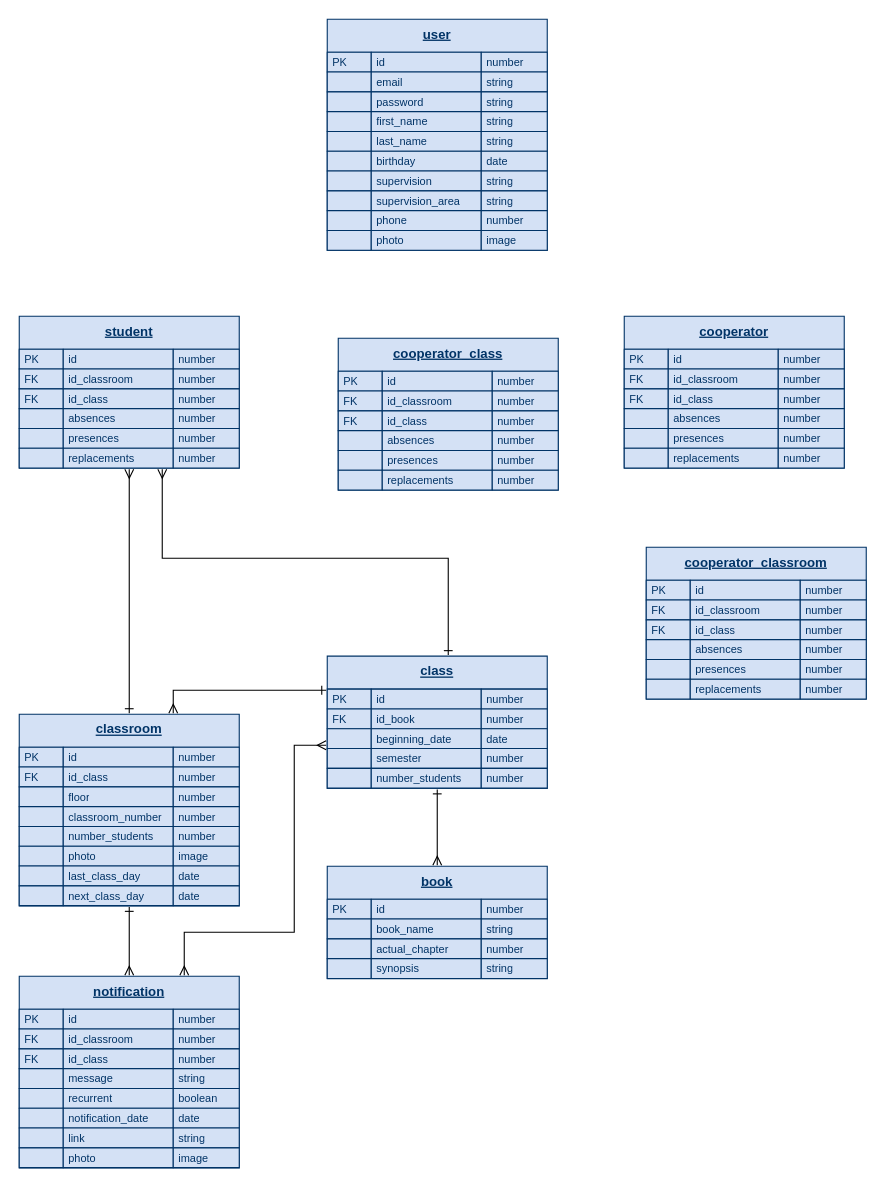
Earlier version of the draw.io diagram ser_db.drawio (FreeSoulsDotBat/SER). Source tidied: cells renumbered, new cells numbered last; positions are measured from the earlier drawing's top-left corner, leaving out a move shared by most shapes. Both pictures are drawn from the tidied source at 110%, with x=0, y=0 at pixel (19, 19).
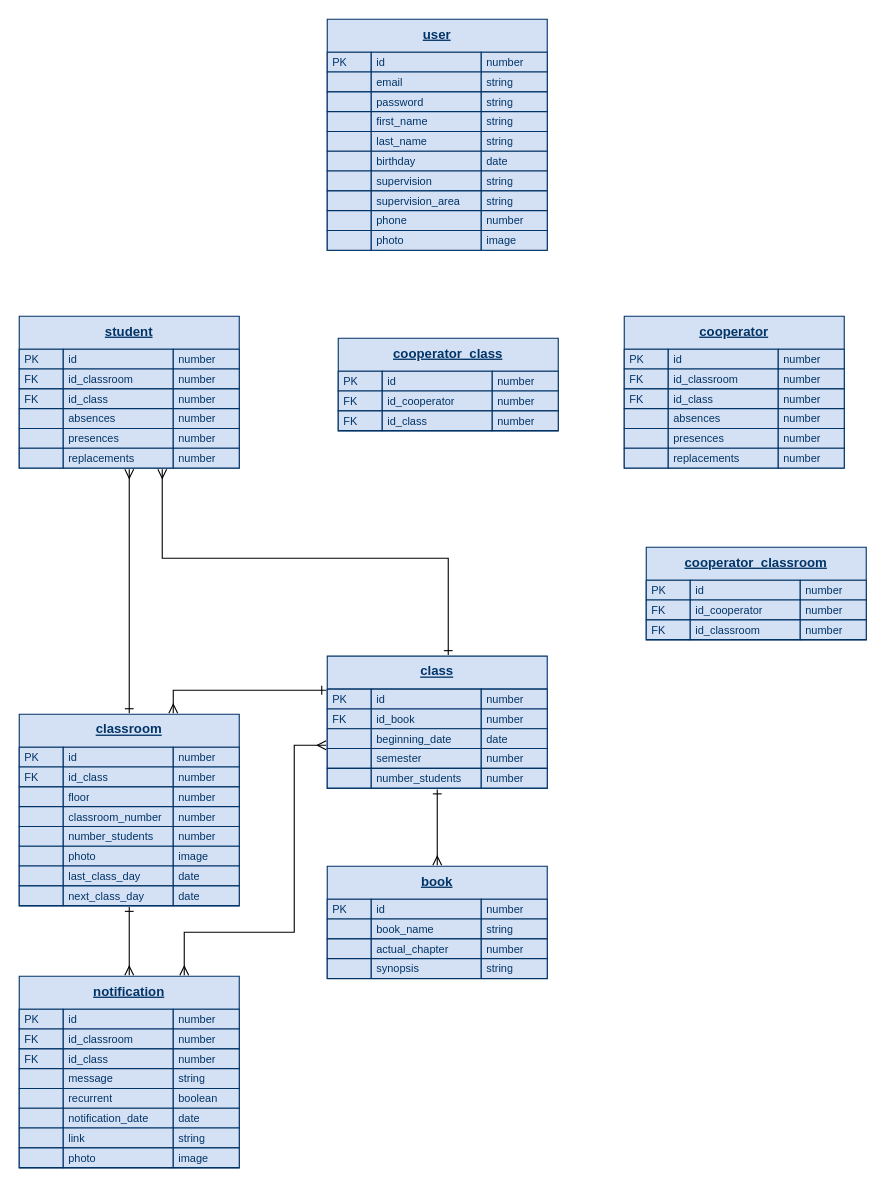
After the change.

The change refers to these unchanged cells:
```xml
<mxCell id="208" style="shape=tableRow;horizontal=0;startSize=0;swimlaneHead=0;swimlaneBody=0;top=0;left=0;bottom=0;right=0;fillColor=none;" parent="203" vertex="1">
  <mxGeometry y="48" width="200" height="18" as="geometry" />
</mxCell>
<mxCell id="212" style="shape=tableRow;horizontal=0;startSize=0;swimlaneHead=0;swimlaneBody=0;top=0;left=0;bottom=0;right=0;fillColor=none;" parent="203" vertex="1">
  <mxGeometry y="66" width="200" height="18" as="geometry" />
</mxCell>
<mxCell id="233" style="shape=tableRow;horizontal=0;startSize=0;swimlaneHead=0;swimlaneBody=0;top=0;left=0;bottom=0;right=0;fillColor=none;" parent="228" vertex="1">
  <mxGeometry y="48" width="200" height="18" as="geometry" />
</mxCell>
```

Change to the diagram source:
```diff
@@
     <mxCell id="203" value="cooperator_classroom" style="shape=table;startSize=30;childLayout=tableLayout;fontStyle=5;align=center;fillColor=#D4E1F5;strokeColor=#003366;fontColor=#003366;verticalAlign=top;swimlaneLine=1;sketch=0;perimeterSpacing=1;" parent="1" vertex="1">
-      <mxGeometry x="570" y="480" width="200" height="138.2" as="geometry" />
+      <mxGeometry x="570" y="480" width="200" height="84.2" as="geometry" />
     </mxCell>
@@
-    <mxCell id="210" value="id_classroom" style="shape=partialRectangle;html=1;whiteSpace=wrap;fillColor=#D4E1F5;top=1;left=1;bottom=1;right=1;overflow=hidden;strokeColor=#003366;strokeWidth=1;align=left;fontColor=#003366;spacingLeft=5;fontSize=10;spacing=0;" parent="208" vertex="1">
+    <mxCell id="210" value="id_cooperator" style="shape=partialRectangle;html=1;whiteSpace=wrap;fillColor=#D4E1F5;top=1;left=1;bottom=1;right=1;overflow=hidden;strokeColor=#003366;strokeWidth=1;align=left;fontColor=#003366;spacingLeft=5;fontSize=10;spacing=0;" parent="208" vertex="1">
       <mxGeometry x="40" width="100" height="18" as="geometry" />
     </mxCell>
@@
-    <mxCell id="214" value="id_class" style="shape=partialRectangle;html=1;whiteSpace=wrap;fillColor=#D4E1F5;top=1;left=1;bottom=1;right=1;overflow=hidden;strokeColor=#003366;strokeWidth=1;align=left;fontColor=#003366;spacingLeft=5;fontSize=10;spacing=0;" parent="212" vertex="1">
+    <mxCell id="214" value="id_classroom" style="shape=partialRectangle;html=1;whiteSpace=wrap;fillColor=#D4E1F5;top=1;left=1;bottom=1;right=1;overflow=hidden;strokeColor=#003366;strokeWidth=1;align=left;fontColor=#003366;spacingLeft=5;fontSize=10;spacing=0;" parent="212" vertex="1">
       <mxGeometry x="40" width="100" height="18" as="geometry" />
     </mxCell>
@@
-    <mxCell id="216" style="shape=tableRow;horizontal=0;startSize=0;swimlaneHead=0;swimlaneBody=0;top=0;left=0;bottom=0;right=0;fillColor=none;" parent="203" vertex="1">
-      <mxGeometry y="84" width="200" height="18" as="geometry" />
-    </mxCell>
-    <mxCell id="217" style="shape=partialRectangle;html=1;whiteSpace=wrap;fillColor=#D4E1F5;top=1;left=1;bottom=1;right=1;overflow=hidden;strokeColor=#003366;strokeWidth=1;align=left;fontColor=#003366;spacingLeft=5;fontSize=10;spacing=0;" parent="216" vertex="1">
-      <mxGeometry width="40" height="18" as="geometry" />
-    </mxCell>
-    <mxCell id="218" value="absences" style="shape=partialRectangle;html=1;whiteSpace=wrap;fillColor=#D4E1F5;top=1;left=1;bottom=1;right=1;overflow=hidden;strokeColor=#003366;strokeWidth=1;align=left;fontColor=#003366;spacingLeft=5;fontSize=10;spacing=0;" parent="216" vertex="1">
-      <mxGeometry x="40" width="100" height="18" as="geometry" />
-    </mxCell>
-    <mxCell id="219" value="number" style="shape=partialRectangle;html=1;whiteSpace=wrap;fillColor=#D4E1F5;top=1;left=1;bottom=1;right=1;overflow=hidden;strokeColor=#003366;strokeWidth=1;align=left;fontColor=#003366;spacingLeft=5;fontSize=10;spacing=0;" parent="216" vertex="1">
-      <mxGeometry x="140" width="60" height="18" as="geometry" />
-    </mxCell>
-    <mxCell id="220" style="shape=tableRow;horizontal=0;startSize=0;swimlaneHead=0;swimlaneBody=0;top=0;left=0;bottom=0;right=0;fillColor=none;" parent="203" vertex="1">
-      <mxGeometry y="102" width="200" height="18" as="geometry" />
-    </mxCell>
-    <mxCell id="221" style="shape=partialRectangle;html=1;whiteSpace=wrap;fillColor=#D4E1F5;top=1;left=1;bottom=1;right=1;overflow=hidden;strokeColor=#003366;strokeWidth=1;align=left;fontColor=#003366;spacingLeft=5;fontSize=10;spacing=0;" parent="220" vertex="1">
-      <mxGeometry width="40" height="18" as="geometry" />
-    </mxCell>
-    <mxCell id="222" value="presences" style="shape=partialRectangle;html=1;whiteSpace=wrap;fillColor=#D4E1F5;top=1;left=1;bottom=1;right=1;overflow=hidden;strokeColor=#003366;strokeWidth=1;align=left;fontColor=#003366;spacingLeft=5;fontSize=10;spacing=0;" parent="220" vertex="1">
-      <mxGeometry x="40" width="100" height="18" as="geometry" />
-    </mxCell>
-    <mxCell id="223" value="number" style="shape=partialRectangle;html=1;whiteSpace=wrap;fillColor=#D4E1F5;top=1;left=1;bottom=1;right=1;overflow=hidden;strokeColor=#003366;strokeWidth=1;align=left;fontColor=#003366;spacingLeft=5;fontSize=10;spacing=0;" parent="220" vertex="1">
-      <mxGeometry x="140" width="60" height="18" as="geometry" />
-    </mxCell>
-    <mxCell id="224" style="shape=tableRow;horizontal=0;startSize=0;swimlaneHead=0;swimlaneBody=0;top=0;left=0;bottom=0;right=0;fillColor=none;" parent="203" vertex="1">
-      <mxGeometry y="120" width="200" height="18" as="geometry" />
-    </mxCell>
-    <mxCell id="225" style="shape=partialRectangle;html=1;whiteSpace=wrap;fillColor=#D4E1F5;top=1;left=1;bottom=1;right=1;overflow=hidden;strokeColor=#003366;strokeWidth=1;align=left;fontColor=#003366;spacingLeft=5;fontSize=10;spacing=0;" parent="224" vertex="1">
-      <mxGeometry width="40" height="18" as="geometry" />
-    </mxCell>
-    <mxCell id="226" value="replacements" style="shape=partialRectangle;html=1;whiteSpace=wrap;fillColor=#D4E1F5;top=1;left=1;bottom=1;right=1;overflow=hidden;strokeColor=#003366;strokeWidth=1;align=left;fontColor=#003366;spacingLeft=5;fontSize=10;spacing=0;" parent="224" vertex="1">
-      <mxGeometry x="40" width="100" height="18" as="geometry" />
-    </mxCell>
-    <mxCell id="227" value="number" style="shape=partialRectangle;html=1;whiteSpace=wrap;fillColor=#D4E1F5;top=1;left=1;bottom=1;right=1;overflow=hidden;strokeColor=#003366;strokeWidth=1;align=left;fontColor=#003366;spacingLeft=5;fontSize=10;spacing=0;" parent="224" vertex="1">
-      <mxGeometry x="140" width="60" height="18" as="geometry" />
-    </mxCell>
     <mxCell id="228" value="cooperator_class" style="shape=table;startSize=30;childLayout=tableLayout;fontStyle=5;align=center;fillColor=#D4E1F5;strokeColor=#003366;fontColor=#003366;verticalAlign=top;swimlaneLine=1;sketch=0;perimeterSpacing=1;" parent="1" vertex="1">
-      <mxGeometry x="290" y="290" width="200" height="138.2" as="geometry" />
+      <mxGeometry x="290" y="290" width="200" height="84.2" as="geometry" />
     </mxCell>
@@
-    <mxCell id="235" value="id_classroom" style="shape=partialRectangle;html=1;whiteSpace=wrap;fillColor=#D4E1F5;top=1;left=1;bottom=1;right=1;overflow=hidden;strokeColor=#003366;strokeWidth=1;align=left;fontColor=#003366;spacingLeft=5;fontSize=10;spacing=0;" parent="233" vertex="1">
+    <mxCell id="235" value="id_cooperator" style="shape=partialRectangle;html=1;whiteSpace=wrap;fillColor=#D4E1F5;top=1;left=1;bottom=1;right=1;overflow=hidden;strokeColor=#003366;strokeWidth=1;align=left;fontColor=#003366;spacingLeft=5;fontSize=10;spacing=0;" parent="233" vertex="1">
       <mxGeometry x="40" width="100" height="18" as="geometry" />
     </mxCell>
@@
-    <mxCell id="241" style="shape=tableRow;horizontal=0;startSize=0;swimlaneHead=0;swimlaneBody=0;top=0;left=0;bottom=0;right=0;fillColor=none;" parent="228" vertex="1">
-      <mxGeometry y="84" width="200" height="18" as="geometry" />
-    </mxCell>
-    <mxCell id="242" style="shape=partialRectangle;html=1;whiteSpace=wrap;fillColor=#D4E1F5;top=1;left=1;bottom=1;right=1;overflow=hidden;strokeColor=#003366;strokeWidth=1;align=left;fontColor=#003366;spacingLeft=5;fontSize=10;spacing=0;" parent="241" vertex="1">
-      <mxGeometry width="40" height="18" as="geometry" />
-    </mxCell>
-    <mxCell id="243" value="absences" style="shape=partialRectangle;html=1;whiteSpace=wrap;fillColor=#D4E1F5;top=1;left=1;bottom=1;right=1;overflow=hidden;strokeColor=#003366;strokeWidth=1;align=left;fontColor=#003366;spacingLeft=5;fontSize=10;spacing=0;" parent="241" vertex="1">
-      <mxGeometry x="40" width="100" height="18" as="geometry" />
-    </mxCell>
-    <mxCell id="244" value="number" style="shape=partialRectangle;html=1;whiteSpace=wrap;fillColor=#D4E1F5;top=1;left=1;bottom=1;right=1;overflow=hidden;strokeColor=#003366;strokeWidth=1;align=left;fontColor=#003366;spacingLeft=5;fontSize=10;spacing=0;" parent="241" vertex="1">
-      <mxGeometry x="140" width="60" height="18" as="geometry" />
-    </mxCell>
-    <mxCell id="245" style="shape=tableRow;horizontal=0;startSize=0;swimlaneHead=0;swimlaneBody=0;top=0;left=0;bottom=0;right=0;fillColor=none;" parent="228" vertex="1">
-      <mxGeometry y="102" width="200" height="18" as="geometry" />
-    </mxCell>
-    <mxCell id="246" style="shape=partialRectangle;html=1;whiteSpace=wrap;fillColor=#D4E1F5;top=1;left=1;bottom=1;right=1;overflow=hidden;strokeColor=#003366;strokeWidth=1;align=left;fontColor=#003366;spacingLeft=5;fontSize=10;spacing=0;" parent="245" vertex="1">
-      <mxGeometry width="40" height="18" as="geometry" />
-    </mxCell>
-    <mxCell id="247" value="presences" style="shape=partialRectangle;html=1;whiteSpace=wrap;fillColor=#D4E1F5;top=1;left=1;bottom=1;right=1;overflow=hidden;strokeColor=#003366;strokeWidth=1;align=left;fontColor=#003366;spacingLeft=5;fontSize=10;spacing=0;" parent="245" vertex="1">
-      <mxGeometry x="40" width="100" height="18" as="geometry" />
-    </mxCell>
-    <mxCell id="248" value="number" style="shape=partialRectangle;html=1;whiteSpace=wrap;fillColor=#D4E1F5;top=1;left=1;bottom=1;right=1;overflow=hidden;strokeColor=#003366;strokeWidth=1;align=left;fontColor=#003366;spacingLeft=5;fontSize=10;spacing=0;" parent="245" vertex="1">
-      <mxGeometry x="140" width="60" height="18" as="geometry" />
-    </mxCell>
-    <mxCell id="249" style="shape=tableRow;horizontal=0;startSize=0;swimlaneHead=0;swimlaneBody=0;top=0;left=0;bottom=0;right=0;fillColor=none;" parent="228" vertex="1">
-      <mxGeometry y="120" width="200" height="18" as="geometry" />
-    </mxCell>
-    <mxCell id="250" style="shape=partialRectangle;html=1;whiteSpace=wrap;fillColor=#D4E1F5;top=1;left=1;bottom=1;right=1;overflow=hidden;strokeColor=#003366;strokeWidth=1;align=left;fontColor=#003366;spacingLeft=5;fontSize=10;spacing=0;" parent="249" vertex="1">
-      <mxGeometry width="40" height="18" as="geometry" />
-    </mxCell>
-    <mxCell id="251" value="replacements" style="shape=partialRectangle;html=1;whiteSpace=wrap;fillColor=#D4E1F5;top=1;left=1;bottom=1;right=1;overflow=hidden;strokeColor=#003366;strokeWidth=1;align=left;fontColor=#003366;spacingLeft=5;fontSize=10;spacing=0;" parent="249" vertex="1">
-      <mxGeometry x="40" width="100" height="18" as="geometry" />
-    </mxCell>
-    <mxCell id="252" value="number" style="shape=partialRectangle;html=1;whiteSpace=wrap;fillColor=#D4E1F5;top=1;left=1;bottom=1;right=1;overflow=hidden;strokeColor=#003366;strokeWidth=1;align=left;fontColor=#003366;spacingLeft=5;fontSize=10;spacing=0;" parent="249" vertex="1">
-      <mxGeometry x="140" width="60" height="18" as="geometry" />
-    </mxCell>
```
